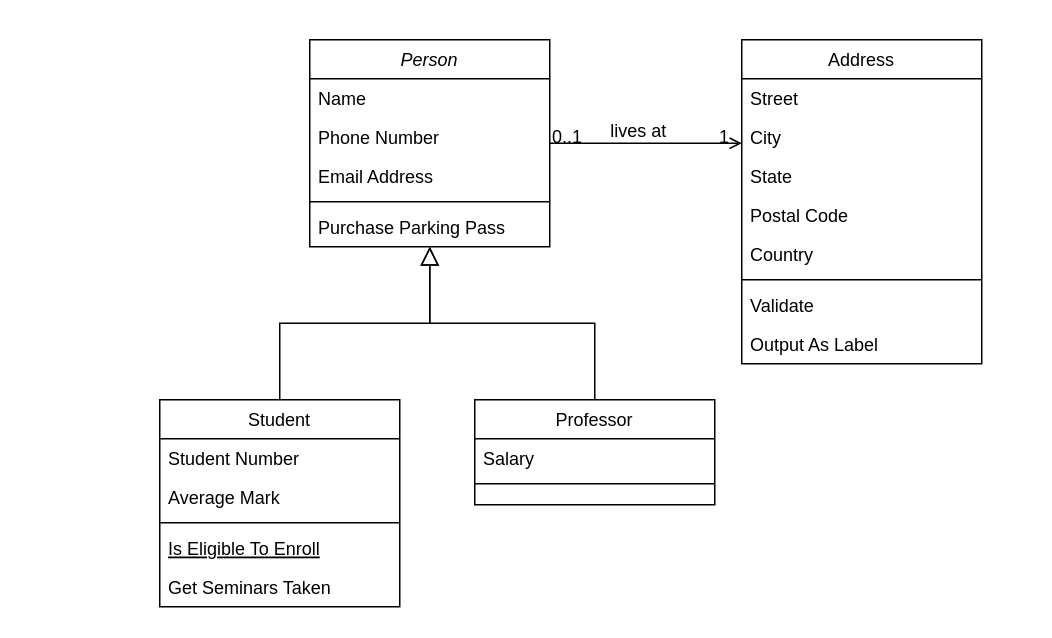
cicelprg/drawio keeps this draw.io diagram as java threadlocal.drawio. Above is the earlier version. Source tidied: cells renumbered, new cells numbered last; positions are measured from the earlier drawing's top-left corner, leaving out a move shared by most shapes. Both pictures are drawn from the tidied source at 150%, with x=0, y=0 at pixel (159, 39).
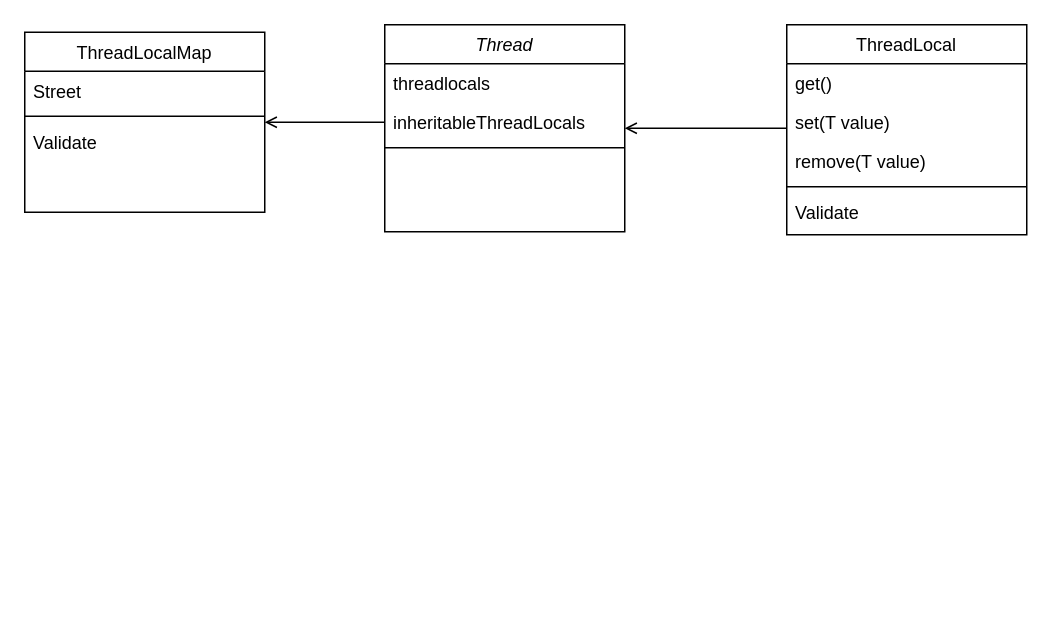
After the change.

Diff of the diagram source:
```diff
@@
-    <mxCell id="2" value="Person" style="swimlane;fontStyle=2;align=center;verticalAlign=top;horizontal=1;startSize=26;rounded=0;shadow=0;strokeWidth=1;" parent="1" vertex="1">
-      <mxGeometry x="100" width="160" height="138" as="geometry" />
+    <mxCell id="2" value="Thread" style="swimlane;fontStyle=2;align=center;verticalAlign=top;horizontal=1;startSize=26;rounded=0;shadow=0;strokeWidth=1;" parent="1" vertex="1">
+      <mxGeometry x="150" y="-10" width="160" height="138" as="geometry" />
     </mxCell>
-    <mxCell id="3" value="Name" style="text;align=left;verticalAlign=top;spacingLeft=4;spacingRight=4;overflow=hidden;" parent="2" vertex="1">
+    <mxCell id="3" value="threadlocals" style="text;align=left;verticalAlign=top;spacingLeft=4;spacingRight=4;overflow=hidden;" parent="2" vertex="1">
       <mxGeometry y="26" width="160" height="26" as="geometry" />
     </mxCell>
-    <mxCell id="4" value="Phone Number" style="text;align=left;verticalAlign=top;spacingLeft=4;spacingRight=4;overflow=hidden;points=[[0,0.5],[1,0.5]];portConstraint=eastwest;rounded=0;shadow=0;html=0;" parent="2" vertex="1">
+    <mxCell id="4" value="inheritableThreadLocals" style="text;align=left;verticalAlign=top;spacingLeft=4;spacingRight=4;overflow=hidden;points=[[0,0.5],[1,0.5]];portConstraint=eastwest;rounded=0;shadow=0;html=0;" parent="2" vertex="1">
       <mxGeometry y="52" width="160" height="26" as="geometry" />
     </mxCell>
-    <mxCell id="5" value="Email Address" style="text;align=left;verticalAlign=top;spacingLeft=4;spacingRight=4;overflow=hidden;rounded=0;shadow=0;html=0;" parent="2" vertex="1">
-      <mxGeometry y="78" width="160" height="26" as="geometry" />
-    </mxCell>
     <mxCell id="6" style="line;html=1;strokeWidth=1;align=left;verticalAlign=middle;spacingTop=-1;spacingLeft=3;spacingRight=3;labelPosition=right;" parent="2" vertex="1">
-      <mxGeometry y="104" width="160" height="8" as="geometry" />
+      <mxGeometry y="78" width="160" height="8" as="geometry" />
     </mxCell>
-    <mxCell id="7" value="Purchase Parking Pass" style="text;align=left;verticalAlign=top;spacingLeft=4;spacingRight=4;overflow=hidden;" parent="2" vertex="1">
-      <mxGeometry y="112" width="160" height="26" as="geometry" />
-    </mxCell>
-    <mxCell id="8" value="Student" style="swimlane;fontStyle=0;align=center;verticalAlign=top;horizontal=1;startSize=26;rounded=0;shadow=0;strokeWidth=1;" parent="1" vertex="1">
-      <mxGeometry y="240" width="160" height="138" as="geometry" />
-    </mxCell>
-    <mxCell id="9" value="Student Number" style="text;align=left;verticalAlign=top;spacingLeft=4;spacingRight=4;overflow=hidden;" parent="8" vertex="1">
-      <mxGeometry y="26" width="160" height="26" as="geometry" />
-    </mxCell>
-    <mxCell id="10" value="Average Mark" style="text;align=left;verticalAlign=top;spacingLeft=4;spacingRight=4;overflow=hidden;rounded=0;shadow=0;html=0;" parent="8" vertex="1">
-      <mxGeometry y="52" width="160" height="26" as="geometry" />
-    </mxCell>
-    <mxCell id="11" style="line;html=1;strokeWidth=1;align=left;verticalAlign=middle;spacingTop=-1;spacingLeft=3;spacingRight=3;labelPosition=right;" parent="8" vertex="1">
-      <mxGeometry y="78" width="160" height="8" as="geometry" />
-    </mxCell>
-    <mxCell id="12" value="Is Eligible To Enroll" style="text;align=left;verticalAlign=top;spacingLeft=4;spacingRight=4;overflow=hidden;fontStyle=4;" parent="8" vertex="1">
-      <mxGeometry y="86" width="160" height="26" as="geometry" />
-    </mxCell>
-    <mxCell id="13" value="Get Seminars Taken" style="text;align=left;verticalAlign=top;spacingLeft=4;spacingRight=4;overflow=hidden;" parent="8" vertex="1">
-      <mxGeometry y="112" width="160" height="26" as="geometry" />
-    </mxCell>
-    <mxCell id="14" style="endArrow=block;endSize=10;endFill=0;shadow=0;strokeWidth=1;rounded=0;edgeStyle=elbowEdgeStyle;elbow=vertical;" parent="1" edge="1" source="8" target="2">
-      <mxGeometry relative="1" as="geometry" />
-    </mxCell>
-    <mxCell id="15" value="Professor" style="swimlane;fontStyle=0;align=center;verticalAlign=top;horizontal=1;startSize=26;rounded=0;shadow=0;strokeWidth=1;" parent="1" vertex="1">
-      <mxGeometry x="210" y="240" width="160" height="70" as="geometry" />
-    </mxCell>
-    <mxCell id="16" value="Salary" style="text;align=left;verticalAlign=top;spacingLeft=4;spacingRight=4;overflow=hidden;" parent="15" vertex="1">
-      <mxGeometry y="26" width="160" height="26" as="geometry" />
-    </mxCell>
-    <mxCell id="17" style="line;html=1;strokeWidth=1;align=left;verticalAlign=middle;spacingTop=-1;spacingLeft=3;spacingRight=3;labelPosition=right;" parent="15" vertex="1">
-      <mxGeometry y="52" width="160" height="8" as="geometry" />
-    </mxCell>
-    <mxCell id="18" style="endArrow=block;endSize=10;endFill=0;shadow=0;strokeWidth=1;rounded=0;edgeStyle=elbowEdgeStyle;elbow=vertical;" parent="1" edge="1" source="15" target="2">
-      <mxGeometry relative="1" as="geometry" />
-    </mxCell>
-    <mxCell id="19" value="Address" style="swimlane;fontStyle=0;align=center;verticalAlign=top;horizontal=1;startSize=26;rounded=0;shadow=0;strokeWidth=1;" parent="1" vertex="1">
-      <mxGeometry x="388" width="160" height="216" as="geometry" />
+    <mxCell id="19" value="ThreadLocal" style="swimlane;fontStyle=0;align=center;verticalAlign=top;horizontal=1;startSize=26;rounded=0;shadow=0;strokeWidth=1;" parent="1" vertex="1">
+      <mxGeometry x="418" y="-10" width="160" height="140" as="geometry" />
     </mxCell>
-    <mxCell id="20" value="Street" style="text;align=left;verticalAlign=top;spacingLeft=4;spacingRight=4;overflow=hidden;" parent="19" vertex="1">
+    <mxCell id="20" value="get()" style="text;align=left;verticalAlign=top;spacingLeft=4;spacingRight=4;overflow=hidden;" parent="19" vertex="1">
       <mxGeometry y="26" width="160" height="26" as="geometry" />
     </mxCell>
-    <mxCell id="21" value="City" style="text;align=left;verticalAlign=top;spacingLeft=4;spacingRight=4;overflow=hidden;rounded=0;shadow=0;html=0;" parent="19" vertex="1">
+    <mxCell id="21" value="set(T value)" style="text;align=left;verticalAlign=top;spacingLeft=4;spacingRight=4;overflow=hidden;rounded=0;shadow=0;html=0;" parent="19" vertex="1">
       <mxGeometry y="52" width="160" height="26" as="geometry" />
     </mxCell>
-    <mxCell id="22" value="State" style="text;align=left;verticalAlign=top;spacingLeft=4;spacingRight=4;overflow=hidden;rounded=0;shadow=0;html=0;" parent="19" vertex="1">
-      <mxGeometry y="78" width="160" height="26" as="geometry" />
-    </mxCell>
-    <mxCell id="23" value="Postal Code" style="text;align=left;verticalAlign=top;spacingLeft=4;spacingRight=4;overflow=hidden;rounded=0;shadow=0;html=0;" parent="19" vertex="1">
-      <mxGeometry y="104" width="160" height="26" as="geometry" />
-    </mxCell>
-    <mxCell id="24" value="Country" style="text;align=left;verticalAlign=top;spacingLeft=4;spacingRight=4;overflow=hidden;rounded=0;shadow=0;html=0;" parent="19" vertex="1">
-      <mxGeometry y="130" width="160" height="26" as="geometry" />
-    </mxCell>
+    <mxCell id="32" value="remove(T value)" style="text;align=left;verticalAlign=top;spacingLeft=4;spacingRight=4;overflow=hidden;rounded=0;shadow=0;html=0;" parent="19" vertex="1">
+      <mxGeometry y="78" width="160" height="26" as="geometry" />
+    </mxCell>
     <mxCell id="25" style="line;html=1;strokeWidth=1;align=left;verticalAlign=middle;spacingTop=-1;spacingLeft=3;spacingRight=3;labelPosition=right;" parent="19" vertex="1">
-      <mxGeometry y="156" width="160" height="8" as="geometry" />
+      <mxGeometry y="104" width="160" height="8" as="geometry" />
     </mxCell>
     <mxCell id="26" value="Validate" style="text;align=left;verticalAlign=top;spacingLeft=4;spacingRight=4;overflow=hidden;" parent="19" vertex="1">
-      <mxGeometry y="164" width="160" height="26" as="geometry" />
+      <mxGeometry y="112" width="160" height="26" as="geometry" />
     </mxCell>
-    <mxCell id="27" value="Output As Label" style="text;align=left;verticalAlign=top;spacingLeft=4;spacingRight=4;overflow=hidden;" parent="19" vertex="1">
-      <mxGeometry y="190" width="160" height="26" as="geometry" />
-    </mxCell>
-    <mxCell id="28" style="endArrow=open;shadow=0;strokeWidth=1;rounded=0;endFill=1;edgeStyle=elbowEdgeStyle;elbow=vertical;" parent="1" edge="1" source="2" target="19">
+    <mxCell id="28" style="endArrow=none;shadow=0;strokeWidth=1;rounded=0;endFill=0;edgeStyle=elbowEdgeStyle;elbow=vertical;startArrow=open;startFill=0;" parent="1" edge="1" source="2" target="19">
       <mxGeometry x="0.5" y="41" relative="1" as="geometry">
         <mxPoint x="-40" y="32" as="offset" />
       </mxGeometry>
     </mxCell>
-    <mxCell id="29" value="0..1" style="align=left;verticalAlign=bottom;labelBackgroundColor=none;fontSize=12;" parent="28" vertex="1">
-      <mxGeometry x="-1" relative="1" as="geometry">
-        <mxPoint y="4" as="offset" />
-      </mxGeometry>
-    </mxCell>
-    <mxCell id="30" value="1" style="align=right;verticalAlign=bottom;labelBackgroundColor=none;fontSize=12;" parent="28" vertex="1">
-      <mxGeometry x="1" relative="1" as="geometry">
-        <mxPoint x="-7" y="4" as="offset" />
-      </mxGeometry>
-    </mxCell>
-    <mxCell id="31" value="lives at" style="text;html=1;align=center;verticalAlign=middle;labelBackgroundColor=none;rounded=0;shadow=0;strokeWidth=1;fontSize=12;" parent="28" vertex="1">
-      <mxGeometry x="0.5" y="49" relative="1" as="geometry">
-        <mxPoint x="-38" y="40" as="offset" />
-      </mxGeometry>
-    </mxCell>
+    <mxCell id="33" value="ThreadLocalMap" style="swimlane;fontStyle=0;align=center;verticalAlign=top;horizontal=1;startSize=26;rounded=0;shadow=0;strokeWidth=1;" parent="1" vertex="1">
+      <mxGeometry x="-90" y="-5" width="160" height="120" as="geometry" />
+    </mxCell>
+    <mxCell id="34" value="Street" style="text;align=left;verticalAlign=top;spacingLeft=4;spacingRight=4;overflow=hidden;" parent="33" vertex="1">
+      <mxGeometry y="26" width="160" height="26" as="geometry" />
+    </mxCell>
+    <mxCell id="17" style="line;html=1;strokeWidth=1;align=left;verticalAlign=middle;spacingTop=-1;spacingLeft=3;spacingRight=3;labelPosition=right;" parent="33" vertex="1">
+      <mxGeometry y="52" width="160" height="8" as="geometry" />
+    </mxCell>
+    <mxCell id="35" value="Validate" style="text;align=left;verticalAlign=top;spacingLeft=4;spacingRight=4;overflow=hidden;" parent="33" vertex="1">
+      <mxGeometry y="60" width="160" height="26" as="geometry" />
+    </mxCell>
+    <mxCell id="36" style="edgeStyle=orthogonalEdgeStyle;rounded=0;jettySize=auto;html=1;exitX=0;exitY=0.5;exitDx=0;exitDy=0;endArrow=open;endFill=0;" parent="1" edge="1" source="4" target="33">
+      <mxGeometry relative="1" as="geometry" />
+    </mxCell>
```
